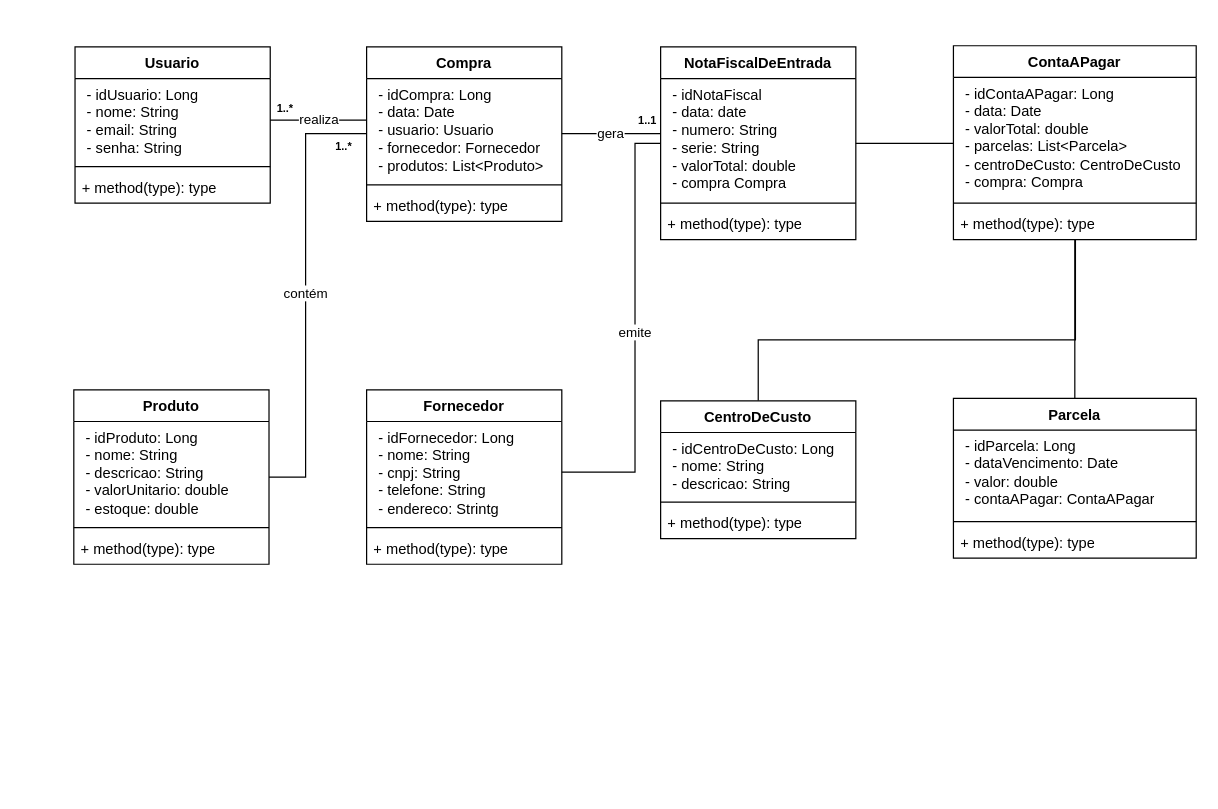
Above: IES300/atividades/diagrama_de_classes/atv_diagrama_de_classes.drawio in leonardosetti/FATECTq (draw.io), before the change. Source tidied: cells renumbered, new cells numbered last; positions are measured from the earlier drawing's top-left corner, leaving out a move shared by most shapes. Both pictures are drawn from the tidied source at 122%, with x=0, y=0 at pixel (73, 45).
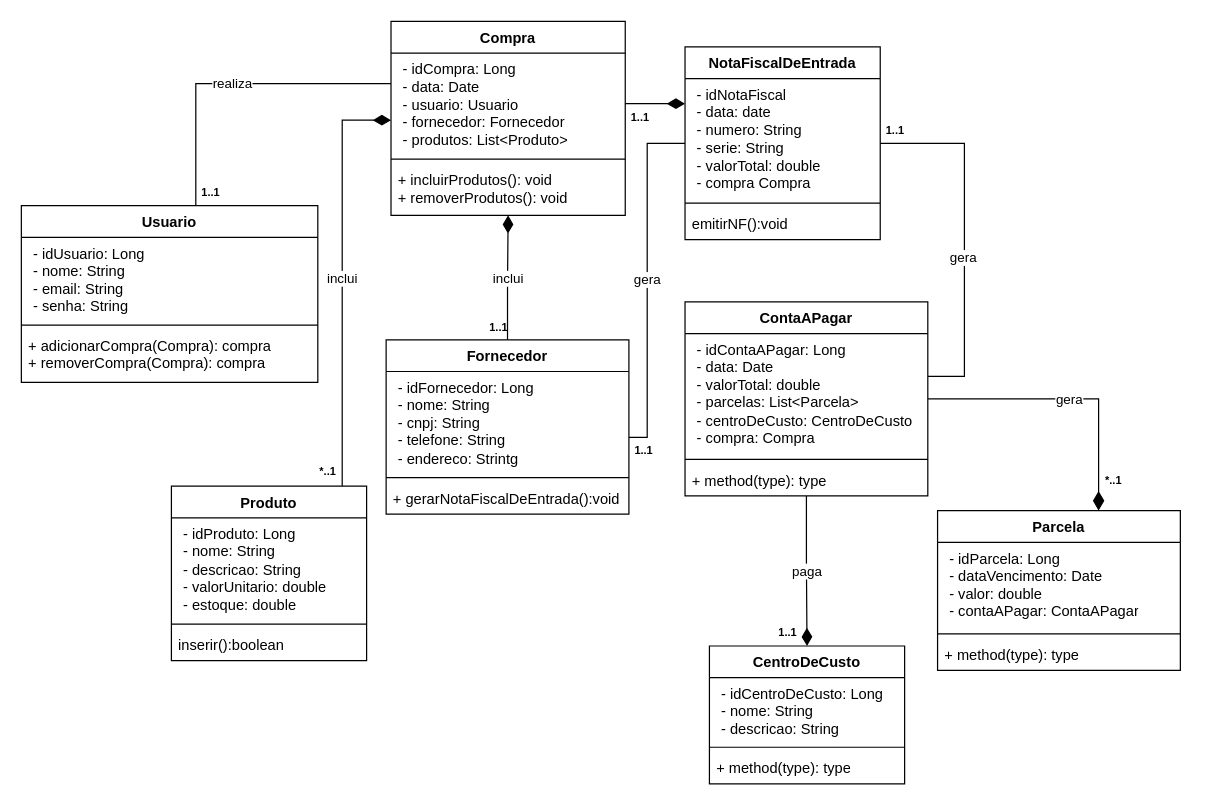
After the change.

The change refers to these unchanged cells:
```xml
<mxCell id="20" value="&lt;p style=&quot;border-color: var(--border-color); margin: 0px 0px 0px 4px;&quot;&gt;- idNotaFiscal&lt;/p&gt;&lt;p style=&quot;border-color: var(--border-color); margin: 0px 0px 0px 4px;&quot;&gt;- data: date&lt;/p&gt;&lt;p style=&quot;border-color: var(--border-color); margin: 0px 0px 0px 4px;&quot;&gt;- numero: String&lt;/p&gt;&lt;p style=&quot;border-color: var(--border-color); margin: 0px 0px 0px 4px;&quot;&gt;- serie: String&lt;/p&gt;&lt;p style=&quot;border-color: var(--border-color); margin: 0px 0px 0px 4px;&quot;&gt;- valorTotal: double&lt;/p&gt;&lt;p style=&quot;border-color: var(--border-color); margin: 0px 0px 0px 4px;&quot;&gt;- compra Compra&lt;/p&gt;" style="text;strokeColor=none;fillColor=none;align=left;verticalAlign=top;spacingLeft=4;spacingRight=4;overflow=hidden;points=[[0,0.5],[1,0.5]];portConstraint=eastwest;whiteSpace=wrap;html=1;" parent="19" vertex="1">
  <mxGeometry y="26" width="160" height="98" as="geometry" />
</mxCell>
<mxCell id="29" value="&lt;p style=&quot;border-color: var(--border-color); margin: 0px 0px 0px 4px;&quot;&gt;- idContaAPagar: Long&lt;/p&gt;&lt;p style=&quot;border-color: var(--border-color); margin: 0px 0px 0px 4px;&quot;&gt;- data: Date&lt;/p&gt;&lt;p style=&quot;border-color: var(--border-color); margin: 0px 0px 0px 4px;&quot;&gt;- valorTotal: double&lt;/p&gt;&lt;p style=&quot;border-color: var(--border-color); margin: 0px 0px 0px 4px;&quot;&gt;- parcelas: List&amp;lt;Parcela&amp;gt;&lt;/p&gt;&lt;p style=&quot;border-color: var(--border-color); margin: 0px 0px 0px 4px;&quot;&gt;- centroDeCusto: CentroDeCusto&lt;/p&gt;&lt;p style=&quot;border-color: var(--border-color); margin: 0px 0px 0px 4px;&quot;&gt;- compra: Compra&lt;/p&gt;" style="text;strokeColor=none;fillColor=none;align=left;verticalAlign=top;spacingLeft=4;spacingRight=4;overflow=hidden;points=[[0,0.5],[1,0.5]];portConstraint=eastwest;whiteSpace=wrap;html=1;" parent="28" vertex="1">
  <mxGeometry y="26" width="199" height="99" as="geometry" />
</mxCell>
```

Diff of the diagram source:
```diff
@@
     <mxCell id="2" value="&lt;b style=&quot;border-color: var(--border-color);&quot;&gt;Usuario&lt;/b&gt;" style="swimlane;fontStyle=1;align=center;verticalAlign=top;horizontal=1;startSize=26;whiteSpace=wrap;html=1;" parent="1" vertex="1">
-      <mxGeometry x="1" y="1" width="160" height="128" as="geometry" />
+      <mxGeometry x="-43" y="131" width="243" height="145" as="geometry" />
     </mxCell>
     <mxCell id="3" value="&lt;p style=&quot;border-color: var(--border-color); margin: 0px 0px 0px 4px;&quot;&gt;- idUsuario: Long&lt;/p&gt;&lt;p style=&quot;border-color: var(--border-color); margin: 0px 0px 0px 4px;&quot;&gt;- nome: String&lt;/p&gt;&lt;p style=&quot;border-color: var(--border-color); margin: 0px 0px 0px 4px;&quot;&gt;- email: String&lt;/p&gt;&lt;p style=&quot;border-color: var(--border-color); margin: 0px 0px 0px 4px;&quot;&gt;- senha: String&lt;/p&gt;" style="text;strokeColor=none;fillColor=none;align=left;verticalAlign=top;spacingLeft=4;spacingRight=4;overflow=hidden;points=[[0,0.5],[1,0.5]];portConstraint=eastwest;whiteSpace=wrap;html=1;" parent="2" vertex="1">
-      <mxGeometry y="26" width="160" height="68" as="geometry" />
+      <mxGeometry y="26" width="243" height="68" as="geometry" />
     </mxCell>
     <mxCell id="4" style="line;strokeWidth=1;fillColor=none;align=left;verticalAlign=middle;spacingTop=-1;spacingLeft=3;spacingRight=3;labelPosition=right;strokeColor=inherit;" parent="2" vertex="1">
-      <mxGeometry y="94" width="160" height="8" as="geometry" />
+      <mxGeometry y="94" width="243" height="8" as="geometry" />
     </mxCell>
-    <mxCell id="5" value="+ method(type): type" style="text;strokeColor=none;fillColor=none;align=left;verticalAlign=top;spacingLeft=4;spacingRight=4;overflow=hidden;whiteSpace=wrap;html=1;" parent="2" vertex="1">
-      <mxGeometry y="102" width="160" height="26" as="geometry" />
+    <mxCell id="5" value="+&amp;nbsp;adicionarCompra(Compra): compra&lt;br&gt;+ removerCompra(Compra): compra" style="text;strokeColor=none;fillColor=none;align=left;verticalAlign=top;spacingLeft=4;spacingRight=4;overflow=hidden;whiteSpace=wrap;html=1;" parent="2" vertex="1">
+      <mxGeometry y="102" width="243" height="43" as="geometry" />
     </mxCell>
     <mxCell id="6" value="&lt;b style=&quot;border-color: var(--border-color);&quot;&gt;Compra&lt;/b&gt;" style="swimlane;fontStyle=1;align=center;verticalAlign=top;horizontal=1;startSize=26;whiteSpace=wrap;html=1;" parent="1" vertex="1">
-      <mxGeometry x="240" y="1" width="160" height="143" as="geometry" />
+      <mxGeometry x="260" y="-20" width="192" height="159" as="geometry" />
     </mxCell>
     <mxCell id="7" value="&lt;p style=&quot;border-color: var(--border-color); margin: 0px 0px 0px 4px;&quot;&gt;- idCompra: Long&lt;br style=&quot;border-color: var(--border-color);&quot;&gt;&lt;span style=&quot;&quot;&gt;- data: Date&lt;/span&gt;&lt;br style=&quot;border-color: var(--border-color);&quot;&gt;&lt;span style=&quot;&quot;&gt;- usuario: Usuario&lt;/span&gt;&lt;br style=&quot;border-color: var(--border-color);&quot;&gt;&lt;span style=&quot;&quot;&gt;- fornecedor: Fornecedor&lt;/span&gt;&lt;br style=&quot;border-color: var(--border-color);&quot;&gt;&lt;span style=&quot;&quot;&gt;- produtos: List&amp;lt;Produto&amp;gt;&lt;/span&gt;&lt;br&gt;&lt;/p&gt;" style="text;strokeColor=none;fillColor=none;align=left;verticalAlign=top;spacingLeft=4;spacingRight=4;overflow=hidden;points=[[0,0.5],[1,0.5]];portConstraint=eastwest;whiteSpace=wrap;html=1;" parent="6" vertex="1">
-      <mxGeometry y="26" width="160" height="83" as="geometry" />
+      <mxGeometry y="26" width="192" height="83" as="geometry" />
     </mxCell>
     <mxCell id="8" style="line;strokeWidth=1;fillColor=none;align=left;verticalAlign=middle;spacingTop=-1;spacingLeft=3;spacingRight=3;labelPosition=right;strokeColor=inherit;" parent="6" vertex="1">
-      <mxGeometry y="109" width="160" height="8" as="geometry" />
+      <mxGeometry y="109" width="192" height="8" as="geometry" />
     </mxCell>
-    <mxCell id="9" value="+ method(type): type" style="text;strokeColor=none;fillColor=none;align=left;verticalAlign=top;spacingLeft=4;spacingRight=4;overflow=hidden;whiteSpace=wrap;html=1;" parent="6" vertex="1">
-      <mxGeometry y="117" width="160" height="26" as="geometry" />
+    <mxCell id="9" value="+ incluirProdutos(): void&lt;br&gt;+ removerProdutos(): void" style="text;strokeColor=none;fillColor=none;align=left;verticalAlign=top;spacingLeft=4;spacingRight=4;overflow=hidden;whiteSpace=wrap;html=1;" parent="6" vertex="1">
+      <mxGeometry y="117" width="192" height="42" as="geometry" />
     </mxCell>
-    <mxCell id="10" value="contém" style="edgeStyle=orthogonalEdgeStyle;rounded=0;jettySize=auto;html=1;endArrow=none;endFill=0;startArrow=none;startFill=0;" parent="1" edge="1" source="11" target="6">
+    <mxCell id="10" value="inclui" style="edgeStyle=orthogonalEdgeStyle;rounded=0;jettySize=auto;html=1;endArrow=diamondThin;endFill=1;startArrow=none;startFill=0;endSize=12;" parent="1" edge="1" source="11" target="6">
       <mxGeometry relative="1" as="geometry">
         <Array as="points">
-          <mxPoint x="190" y="354" />
-          <mxPoint x="190" y="72" />
+          <mxPoint x="220" y="61" />
         </Array>
       </mxGeometry>
     </mxCell>
     <mxCell id="11" value="&lt;b style=&quot;border-color: var(--border-color);&quot;&gt;Produto&lt;/b&gt;" style="swimlane;fontStyle=1;align=center;verticalAlign=top;horizontal=1;startSize=26;whiteSpace=wrap;html=1;" parent="1" vertex="1">
-      <mxGeometry y="282" width="160" height="143" as="geometry" />
+      <mxGeometry x="80" y="361" width="160" height="143" as="geometry" />
     </mxCell>
@@
-    <mxCell id="14" value="+ method(type): type" style="text;strokeColor=none;fillColor=none;align=left;verticalAlign=top;spacingLeft=4;spacingRight=4;overflow=hidden;whiteSpace=wrap;html=1;" parent="11" vertex="1">
+    <mxCell id="14" value="inserir():boolean" style="text;strokeColor=none;fillColor=none;align=left;verticalAlign=top;spacingLeft=4;spacingRight=4;overflow=hidden;whiteSpace=wrap;html=1;" parent="11" vertex="1">
       <mxGeometry y="117" width="160" height="26" as="geometry" />
     </mxCell>
+    <mxCell id="44" value="inclui" style="edgeStyle=orthogonalEdgeStyle;shape=connector;rounded=0;jettySize=auto;html=1;labelBackgroundColor=default;strokeColor=default;align=center;verticalAlign=middle;fontFamily=Helvetica;fontSize=11;fontColor=default;endArrow=diamondThin;endFill=1;endSize=12;" parent="1" edge="1" source="15" target="6">
+      <mxGeometry relative="1" as="geometry" />
+    </mxCell>
     <mxCell id="15" value="&lt;b style=&quot;border-color: var(--border-color);&quot;&gt;Fornecedor&lt;/b&gt;" style="swimlane;fontStyle=1;align=center;verticalAlign=top;horizontal=1;startSize=26;whiteSpace=wrap;html=1;" parent="1" vertex="1">
-      <mxGeometry x="240" y="282" width="160" height="143" as="geometry" />
+      <mxGeometry x="256" y="241" width="199" height="143" as="geometry" />
     </mxCell>
     <mxCell id="16" value="&lt;p style=&quot;border-color: var(--border-color); margin: 0px 0px 0px 4px;&quot;&gt;- idFornecedor: Long&lt;/p&gt;&lt;p style=&quot;border-color: var(--border-color); margin: 0px 0px 0px 4px;&quot;&gt;- nome: String&lt;/p&gt;&lt;p style=&quot;border-color: var(--border-color); margin: 0px 0px 0px 4px;&quot;&gt;- cnpj: String&lt;/p&gt;&lt;p style=&quot;border-color: var(--border-color); margin: 0px 0px 0px 4px;&quot;&gt;- telefone: String&lt;/p&gt;&lt;p style=&quot;border-color: var(--border-color); margin: 0px 0px 0px 4px;&quot;&gt;- endereco: Strintg&lt;/p&gt;" style="text;strokeColor=none;fillColor=none;align=left;verticalAlign=top;spacingLeft=4;spacingRight=4;overflow=hidden;points=[[0,0.5],[1,0.5]];portConstraint=eastwest;whiteSpace=wrap;html=1;" parent="15" vertex="1">
-      <mxGeometry y="26" width="160" height="83" as="geometry" />
+      <mxGeometry y="26" width="199" height="83" as="geometry" />
     </mxCell>
     <mxCell id="17" style="line;strokeWidth=1;fillColor=none;align=left;verticalAlign=middle;spacingTop=-1;spacingLeft=3;spacingRight=3;labelPosition=right;strokeColor=inherit;" parent="15" vertex="1">
-      <mxGeometry y="109" width="160" height="8" as="geometry" />
+      <mxGeometry y="109" width="199" height="8" as="geometry" />
     </mxCell>
-    <mxCell id="18" value="+ method(type): type" style="text;strokeColor=none;fillColor=none;align=left;verticalAlign=top;spacingLeft=4;spacingRight=4;overflow=hidden;whiteSpace=wrap;html=1;" parent="15" vertex="1">
-      <mxGeometry y="117" width="160" height="26" as="geometry" />
+    <mxCell id="18" value="+&amp;nbsp;gerarNotaFiscalDeEntrada():void" style="text;strokeColor=none;fillColor=none;align=left;verticalAlign=top;spacingLeft=4;spacingRight=4;overflow=hidden;whiteSpace=wrap;html=1;" parent="15" vertex="1">
+      <mxGeometry y="117" width="199" height="26" as="geometry" />
     </mxCell>
     <mxCell id="19" value="&lt;b style=&quot;border-color: var(--border-color);&quot;&gt;NotaFiscalDeEntrada&lt;/b&gt;" style="swimlane;fontStyle=1;align=center;verticalAlign=top;horizontal=1;startSize=26;whiteSpace=wrap;html=1;" parent="1" vertex="1">
-      <mxGeometry x="481" y="1" width="160" height="158" as="geometry" />
+      <mxGeometry x="501" y="1" width="160" height="158" as="geometry" />
     </mxCell>
@@
-    <mxCell id="22" value="+ method(type): type" style="text;strokeColor=none;fillColor=none;align=left;verticalAlign=top;spacingLeft=4;spacingRight=4;overflow=hidden;whiteSpace=wrap;html=1;" parent="19" vertex="1">
+    <mxCell id="22" value="emitirNF():void" style="text;strokeColor=none;fillColor=none;align=left;verticalAlign=top;spacingLeft=4;spacingRight=4;overflow=hidden;whiteSpace=wrap;html=1;" parent="19" vertex="1">
       <mxGeometry y="132" width="160" height="26" as="geometry" />
     </mxCell>
-    <mxCell id="23" style="edgeStyle=orthogonalEdgeStyle;shape=connector;rounded=0;jettySize=auto;html=1;labelBackgroundColor=default;strokeColor=default;align=center;verticalAlign=middle;fontFamily=Helvetica;fontSize=11;fontColor=default;endArrow=none;endFill=0;" parent="1" edge="1" source="24" target="28">
-      <mxGeometry relative="1" as="geometry" />
+    <mxCell id="23" value="gera" style="edgeStyle=orthogonalEdgeStyle;shape=connector;rounded=0;jettySize=auto;html=1;labelBackgroundColor=default;strokeColor=default;align=center;verticalAlign=middle;fontFamily=Helvetica;fontSize=11;fontColor=default;endArrow=diamondThin;endFill=1;endSize=13;" parent="1" edge="1" source="28" target="24">
+      <mxGeometry relative="1" as="geometry">
+        <Array as="points">
+          <mxPoint x="840" y="290" />
+        </Array>
+      </mxGeometry>
     </mxCell>
     <mxCell id="24" value="&lt;b style=&quot;border-color: var(--border-color);&quot;&gt;Parcela&lt;/b&gt;" style="swimlane;fontStyle=1;align=center;verticalAlign=top;horizontal=1;startSize=26;whiteSpace=wrap;html=1;" parent="1" vertex="1">
-      <mxGeometry x="721" y="289" width="199" height="131" as="geometry" />
+      <mxGeometry x="708" y="381" width="199" height="131" as="geometry" />
     </mxCell>
@@
+    <mxCell id="45" value="paga" style="edgeStyle=orthogonalEdgeStyle;shape=connector;rounded=0;jettySize=auto;html=1;labelBackgroundColor=default;strokeColor=default;align=center;verticalAlign=middle;fontFamily=Helvetica;fontSize=11;fontColor=default;endArrow=diamondThin;endFill=1;endSize=12;" parent="1" edge="1" source="28" target="33">
+      <mxGeometry relative="1" as="geometry" />
+    </mxCell>
     <mxCell id="28" value="&lt;b style=&quot;border-color: var(--border-color);&quot;&gt;ContaAPagar&lt;/b&gt;" style="swimlane;fontStyle=1;align=center;verticalAlign=top;horizontal=1;startSize=26;whiteSpace=wrap;html=1;" parent="1" vertex="1">
-      <mxGeometry x="721" width="199" height="159" as="geometry" />
+      <mxGeometry x="501" y="210" width="199" height="159" as="geometry" />
     </mxCell>
@@
-    <mxCell id="32" style="edgeStyle=orthogonalEdgeStyle;shape=connector;rounded=0;jettySize=auto;html=1;labelBackgroundColor=default;strokeColor=default;align=center;verticalAlign=middle;fontFamily=Helvetica;fontSize=11;fontColor=default;endArrow=none;endFill=0;" parent="1" edge="1" source="33" target="28">
-      <mxGeometry relative="1" as="geometry">
-        <Array as="points">
-          <mxPoint x="561" y="241" />
-          <mxPoint x="821" y="241" />
-        </Array>
-      </mxGeometry>
-    </mxCell>
     <mxCell id="33" value="&lt;b style=&quot;border-color: var(--border-color);&quot;&gt;CentroDeCusto&lt;/b&gt;" style="swimlane;fontStyle=1;align=center;verticalAlign=top;horizontal=1;startSize=26;whiteSpace=wrap;html=1;" parent="1" vertex="1">
-      <mxGeometry x="481" y="291" width="160" height="113" as="geometry" />
+      <mxGeometry x="521" y="492" width="160" height="113" as="geometry" />
     </mxCell>
@@
-    <mxCell id="37" value="realiza" style="edgeStyle=orthogonalEdgeStyle;rounded=0;jettySize=auto;html=1;endArrow=none;endFill=0;" parent="1" edge="1" source="3" target="6">
+    <mxCell id="37" value="realiza" style="edgeStyle=orthogonalEdgeStyle;rounded=0;jettySize=auto;html=1;endArrow=none;endFill=0;" parent="1" edge="1" source="2" target="6">
       <mxGeometry relative="1" as="geometry">
         <Array as="points">
-          <mxPoint x="220" y="61" />
-          <mxPoint x="220" y="61" />
+          <mxPoint x="100" y="31" />
         </Array>
       </mxGeometry>
     </mxCell>
-    <mxCell id="38" value="1..*" style="text;align=center;fontStyle=1;verticalAlign=middle;spacingLeft=3;spacingRight=3;strokeColor=none;html=1;fontSize=9;" parent="1" vertex="1">
-      <mxGeometry x="161" y="41" width="23" height="21" as="geometry" />
+    <mxCell id="38" value="1..1" style="text;align=center;fontStyle=1;verticalAlign=middle;spacingLeft=3;spacingRight=3;strokeColor=none;html=1;fontSize=9;" parent="1" vertex="1">
+      <mxGeometry x="100" y="110" width="23" height="21" as="geometry" />
     </mxCell>
-    <mxCell id="39" value="gera" style="edgeStyle=orthogonalEdgeStyle;rounded=0;jettySize=auto;html=1;endArrow=none;endFill=0;" parent="1" edge="1" source="20" target="6">
-      <mxGeometry relative="1" as="geometry">
-        <Array as="points">
-          <mxPoint x="460" y="72" />
-          <mxPoint x="460" y="72" />
-        </Array>
-      </mxGeometry>
-    </mxCell>
     <mxCell id="40" value="1..1" style="text;align=center;fontStyle=1;verticalAlign=middle;spacingLeft=3;spacingRight=3;strokeColor=none;html=1;fontSize=9;" parent="1" vertex="1">
-      <mxGeometry x="458" y="51" width="23" height="21" as="geometry" />
+      <mxGeometry x="452" y="48" width="23" height="21" as="geometry" />
     </mxCell>
-    <mxCell id="41" value="1..*" style="text;align=center;fontStyle=1;verticalAlign=middle;spacingLeft=3;spacingRight=3;strokeColor=none;html=1;fontSize=9;" parent="1" vertex="1">
-      <mxGeometry x="209" y="72" width="23" height="21" as="geometry" />
+    <mxCell id="41" value="*..1" style="text;align=center;fontStyle=1;verticalAlign=middle;spacingLeft=3;spacingRight=3;strokeColor=none;html=1;fontSize=9;" parent="1" vertex="1">
+      <mxGeometry x="196" y="338" width="23" height="21" as="geometry" />
     </mxCell>
-    <mxCell id="42" value="emite" style="edgeStyle=orthogonalEdgeStyle;rounded=0;jettySize=auto;html=1;endArrow=none;endFill=0;" parent="1" edge="1" source="16" target="19">
+    <mxCell id="42" value="gera" style="edgeStyle=orthogonalEdgeStyle;rounded=0;jettySize=auto;html=1;endArrow=none;endFill=0;" parent="1" edge="1" source="16" target="19">
       <mxGeometry relative="1" as="geometry">
         <Array as="points">
-          <mxPoint x="460" y="350" />
-          <mxPoint x="460" y="80" />
+          <mxPoint x="470" y="321" />
+          <mxPoint x="470" y="80" />
         </Array>
       </mxGeometry>
     </mxCell>
     <mxCell id="43" style="edgeStyle=orthogonalEdgeStyle;rounded=0;jettySize=auto;html=1;endArrow=none;endFill=0;" parent="1" edge="1" source="29" target="19">
       <mxGeometry relative="1" as="geometry">
         <Array as="points">
-          <mxPoint x="700" y="80" />
-          <mxPoint x="700" y="80" />
+          <mxPoint x="730" y="271" />
+          <mxPoint x="730" y="80" />
         </Array>
       </mxGeometry>
     </mxCell>
+    <mxCell id="39" value="gera" style="edgeLabel;html=1;align=center;verticalAlign=middle;fontSize=11;fontFamily=Helvetica;fontColor=default;" parent="43" vertex="1">
+      <mxGeometry x="-0.12" y="2" relative="1" as="geometry" />
+    </mxCell>
+    <mxCell id="46" value="1..1" style="text;align=center;fontStyle=1;verticalAlign=middle;spacingLeft=3;spacingRight=3;strokeColor=none;html=1;fontSize=9;" parent="1" vertex="1">
+      <mxGeometry x="455" y="321" width="23" height="21" as="geometry" />
+    </mxCell>
+    <mxCell id="47" value="1..1" style="text;align=center;fontStyle=1;verticalAlign=middle;spacingLeft=3;spacingRight=3;strokeColor=none;html=1;fontSize=9;" parent="1" vertex="1">
+      <mxGeometry x="573" y="470" width="23" height="21" as="geometry" />
+    </mxCell>
+    <mxCell id="48" value="*..1" style="text;align=center;fontStyle=1;verticalAlign=middle;spacingLeft=3;spacingRight=3;strokeColor=none;html=1;fontSize=9;" parent="1" vertex="1">
+      <mxGeometry x="840" y="346" width="23" height="21" as="geometry" />
+    </mxCell>
+    <mxCell id="49" style="edgeStyle=orthogonalEdgeStyle;shape=connector;rounded=0;jettySize=auto;html=1;labelBackgroundColor=default;strokeColor=default;align=center;verticalAlign=middle;fontFamily=Helvetica;fontSize=11;fontColor=default;endArrow=diamondThin;endFill=1;endSize=12;" parent="1" edge="1" source="7" target="19">
+      <mxGeometry relative="1" as="geometry">
+        <Array as="points">
+          <mxPoint x="440" y="71" />
+          <mxPoint x="440" y="71" />
+        </Array>
+      </mxGeometry>
+    </mxCell>
+    <mxCell id="50" value="1..1" style="text;align=center;fontStyle=1;verticalAlign=middle;spacingLeft=3;spacingRight=3;strokeColor=none;html=1;fontSize=9;" parent="1" vertex="1">
+      <mxGeometry x="336" y="220" width="23" height="21" as="geometry" />
+    </mxCell>
+    <mxCell id="51" value="1..1" style="text;align=center;fontStyle=1;verticalAlign=middle;spacingLeft=3;spacingRight=3;strokeColor=none;html=1;fontSize=9;" parent="1" vertex="1">
+      <mxGeometry x="661" y="59" width="23" height="21" as="geometry" />
+    </mxCell>
```
